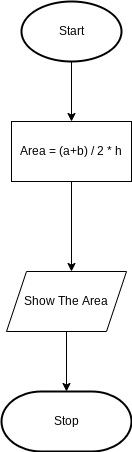
This is flowchart.png from Ethan-Prieur1/ICS3U-Assignment6-Python, a draw.io export, as it was before one commit. Source tidied: cells renumbered, new cells last; positions are measured from the earlier drawing's top-left corner, leaving out a move shared by most shapes.
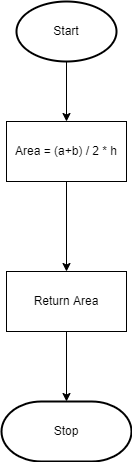
After the change.

Diff of the diagram source:
```diff
@@ -11,7 +11,7 @@
       <mxGeometry x="20" width="100" height="60" as="geometry" />
     </mxCell>
     <mxCell id="4" value="Stop" style="strokeWidth=2;html=1;shape=mxgraph.flowchart.terminator;whiteSpace=wrap;" parent="1" vertex="1">
-      <mxGeometry y="390" width="130" height="60" as="geometry" />
+      <mxGeometry x="5" y="400" width="130" height="60" as="geometry" />
     </mxCell>
     <mxCell id="5" style="edgeStyle=none;html=1;" parent="1" edge="1" source="6">
       <mxGeometry relative="1" as="geometry">
@@ -21,11 +21,11 @@
     <mxCell id="6" value="Area = (a+b) / 2 * h" style="rounded=0;whiteSpace=wrap;html=1;" parent="1" vertex="1">
       <mxGeometry x="10" y="120" width="120" height="60" as="geometry" />
     </mxCell>
+    <mxCell id="9" style="edgeStyle=none;html=1;" parent="1" edge="1" source="7" target="4">
+      <mxGeometry relative="1" as="geometry" />
+    </mxCell>
-    <mxCell id="7" style="edgeStyle=none;html=1;" parent="1" edge="1" source="8" target="4">
-      <mxGeometry relative="1" as="geometry" />
+    <mxCell id="7" value="Return Area" style="rounded=0;whiteSpace=wrap;html=1;" parent="1" vertex="1">
+      <mxGeometry x="10" y="270" width="120" height="60" as="geometry" />
     </mxCell>
-    <mxCell id="8" value="Show The Area" style="shape=parallelogram;perimeter=parallelogramPerimeter;whiteSpace=wrap;html=1;fixedSize=1;" parent="1" vertex="1">
-      <mxGeometry x="5" y="270" width="120" height="60" as="geometry" />
-    </mxCell>
   </root>
 </mxGraphModel>
```
